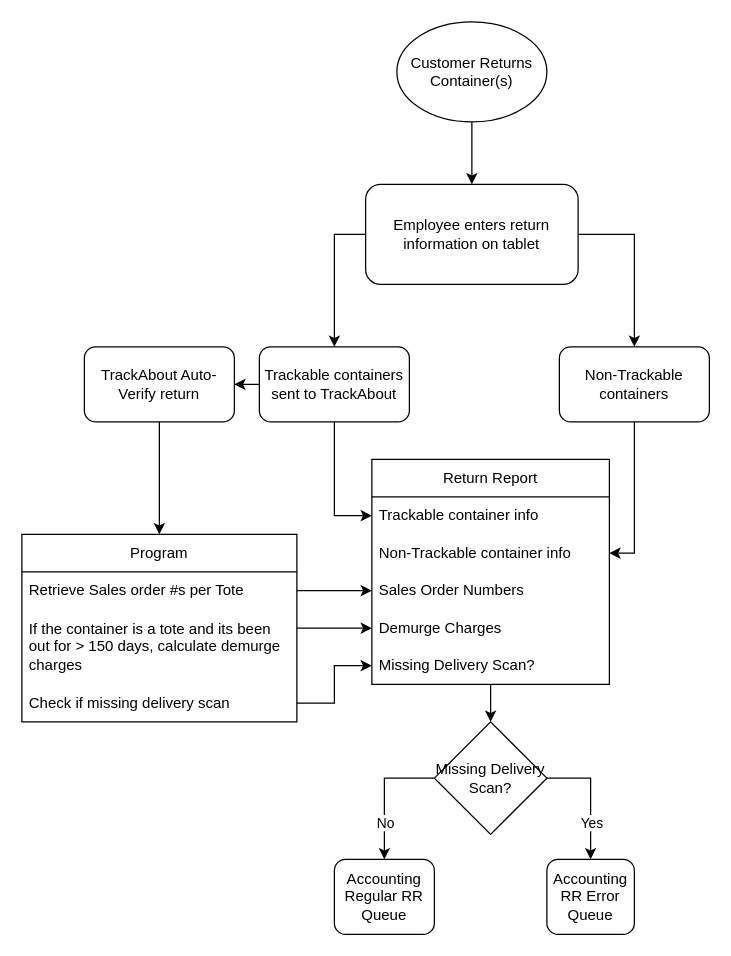
This is receivingReport.drawio from Nelbrenn/Diagrams, a draw.io file, before an edit. Source tidied: cells renumbered, new cells numbered last; positions are measured from the earlier drawing's top-left corner, leaving out a move shared by most shapes. Both pictures are drawn from the tidied source at 125%, with x=0, y=0 at pixel (21, 21).
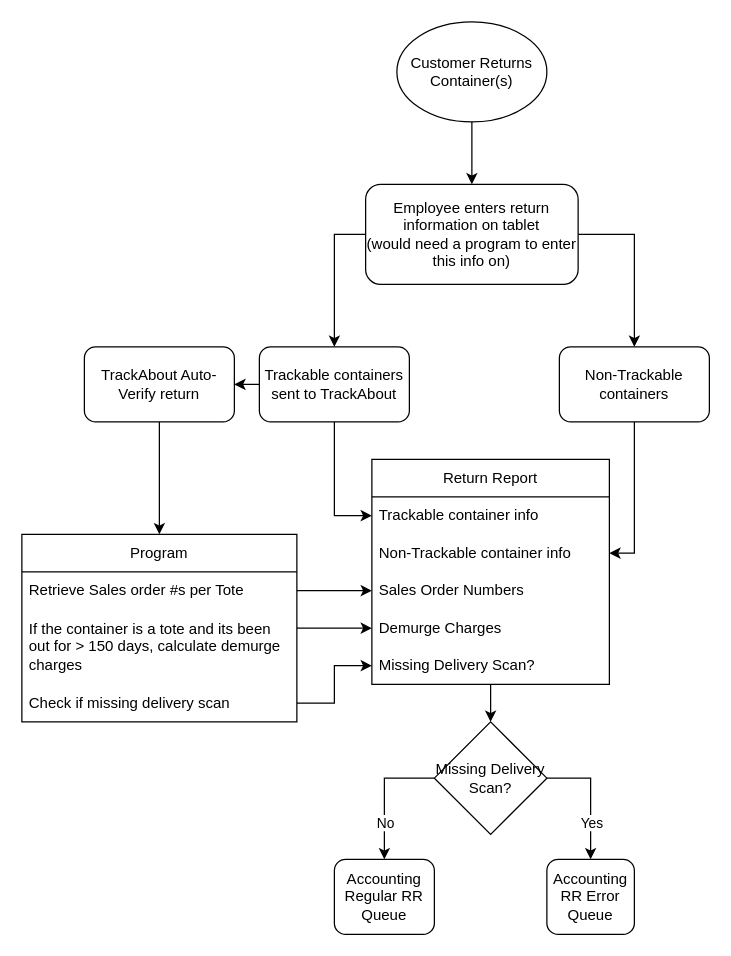
The same diagram, later.

Change to the diagram source:
```diff
@@
-    <mxCell id="4" value="Employee enters return information on tablet" style="rounded=1;whiteSpace=wrap;html=1;" parent="1" vertex="1">
+    <mxCell id="4" value="Employee enters return information on tablet &lt;br&gt;(would need a program to enter this info on)" style="rounded=1;whiteSpace=wrap;html=1;" parent="1" vertex="1">
       <mxGeometry x="275" y="130" width="170" height="80" as="geometry" />
     </mxCell>
```
